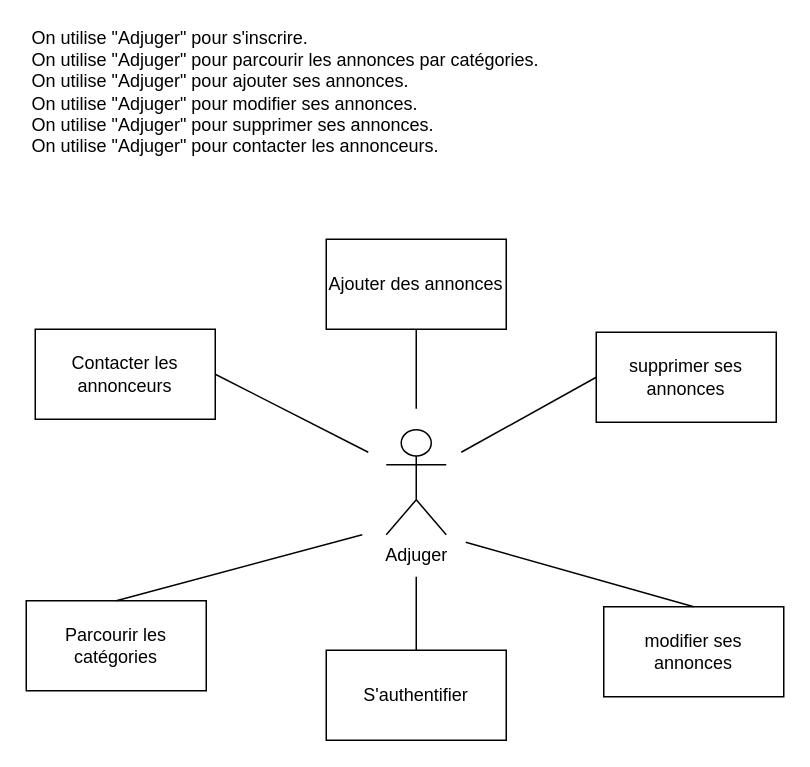
Cyprien-png/Adjuger keeps this draw.io diagram as Analyse/Use-case.drawio. Above is the earlier version. Source tidied: cells renumbered, new cells numbered last; positions are measured from the earlier drawing's top-left corner, leaving out a move shared by most shapes. Both pictures are drawn from the tidied source at 150%, with x=0, y=0 at pixel (26, 26).
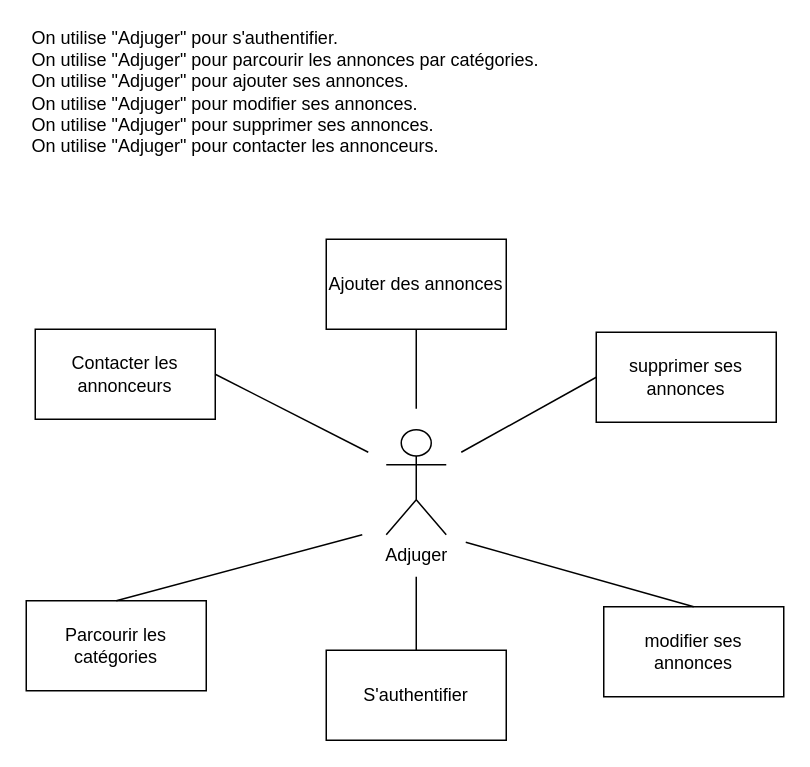
Above is the later version.

Change to the diagram source:
```diff
@@
 <mxGraphModel>
   <root>
     <mxCell id="0" />
     <mxCell id="1" parent="0" />
     <mxCell id="2" value="S'authentifier" style="rounded=0;whiteSpace=wrap;html=1;" parent="1" vertex="1">
       <mxGeometry x="200" y="416" width="120" height="60" as="geometry" />
     </mxCell>
     <mxCell id="3" value="Ajouter des annonces" style="rounded=0;whiteSpace=wrap;html=1;" parent="1" vertex="1">
       <mxGeometry x="200" y="142" width="120" height="60" as="geometry" />
     </mxCell>
     <mxCell id="4" value="Parcourir les catégories" style="rounded=0;whiteSpace=wrap;html=1;" parent="1" vertex="1">
       <mxGeometry y="383" width="120" height="60" as="geometry" />
     </mxCell>
     <mxCell id="5" value="Contacter les annonceurs" style="rounded=0;whiteSpace=wrap;html=1;" parent="1" vertex="1">
       <mxGeometry x="6" y="202" width="120" height="60" as="geometry" />
     </mxCell>
     <mxCell id="6" style="endArrow=none;html=1;exitX=1;exitY=0.5;exitDx=0;exitDy=0;" parent="1" edge="1" source="5">
       <mxGeometry relative="1" as="geometry">
         <mxPoint x="228" y="284" as="targetPoint" />
       </mxGeometry>
     </mxCell>
     <mxCell id="7" style="endArrow=none;html=1;entryX=0.5;entryY=1;entryDx=0;entryDy=0;" parent="1" edge="1" target="3">
       <mxGeometry relative="1" as="geometry">
         <mxPoint x="260" y="255" as="sourcePoint" />
       </mxGeometry>
     </mxCell>
     <mxCell id="8" style="endArrow=none;html=1;entryX=0.5;entryY=0;entryDx=0;entryDy=0;" parent="1" edge="1" target="2">
       <mxGeometry relative="1" as="geometry">
         <mxPoint x="260" y="367" as="sourcePoint" />
       </mxGeometry>
     </mxCell>
     <mxCell id="9" style="endArrow=none;html=1;exitX=0.5;exitY=0;exitDx=0;exitDy=0;" parent="1" edge="1" source="4">
       <mxGeometry relative="1" as="geometry">
         <mxPoint x="224" y="339" as="targetPoint" />
       </mxGeometry>
     </mxCell>
-    <mxCell id="10" value="On utilise &quot;Adjuger&quot; pour s'inscrire.&lt;br&gt;On utilise &quot;Adjuger&quot; pour parcourir les annonces par catégories.&lt;br&gt;On utilise &quot;Adjuger&quot; pour ajouter ses annonces.&lt;br&gt;On utilise &quot;Adjuger&quot; pour modifier ses annonces.&lt;br&gt;On utilise &quot;Adjuger&quot; pour supprimer ses annonces.&lt;br&gt;On utilise &quot;Adjuger&quot; pour contacter les annonceurs." style="text;html=1;align=left;verticalAlign=middle;" parent="1" vertex="1">
+    <mxCell id="10" value="On utilise &quot;Adjuger&quot; pour s'authentifier.&lt;br&gt;On utilise &quot;Adjuger&quot; pour parcourir les annonces par catégories.&lt;br&gt;On utilise &quot;Adjuger&quot; pour ajouter ses annonces.&lt;br&gt;On utilise &quot;Adjuger&quot; pour modifier ses annonces.&lt;br&gt;On utilise &quot;Adjuger&quot; pour supprimer ses annonces.&lt;br&gt;On utilise &quot;Adjuger&quot; pour contacter les annonceurs." style="text;html=1;align=left;verticalAlign=middle;" parent="1" vertex="1">
       <mxGeometry x="2" width="348" height="88" as="geometry" />
     </mxCell>
     <mxCell id="11" value="&lt;span&gt;modifier ses annonces&lt;/span&gt;" style="rounded=0;whiteSpace=wrap;html=1;" parent="1" vertex="1">
       <mxGeometry x="385" y="387" width="120" height="60" as="geometry" />
     </mxCell>
     <mxCell id="12" value="&lt;span&gt;supprimer ses annonces&lt;/span&gt;" style="rounded=0;whiteSpace=wrap;html=1;" parent="1" vertex="1">
       <mxGeometry x="380" y="204" width="120" height="60" as="geometry" />
     </mxCell>
     <mxCell id="13" value="Adjuger" style="shape=umlActor;verticalLabelPosition=bottom;verticalAlign=top;html=1;" parent="1" vertex="1">
       <mxGeometry x="240" y="269" width="40" height="70" as="geometry" />
     </mxCell>
     <mxCell id="14" style="endArrow=none;html=1;entryX=0.5;entryY=0;entryDx=0;entryDy=0;" parent="1" edge="1" target="11">
       <mxGeometry relative="1" as="geometry">
         <mxPoint x="293" y="344" as="sourcePoint" />
       </mxGeometry>
     </mxCell>
     <mxCell id="15" style="endArrow=none;html=1;entryX=0;entryY=0.5;entryDx=0;entryDy=0;" parent="1" edge="1" target="12">
       <mxGeometry relative="1" as="geometry">
         <mxPoint x="290" y="284" as="sourcePoint" />
       </mxGeometry>
     </mxCell>
   </root>
 </mxGraphModel>
```
